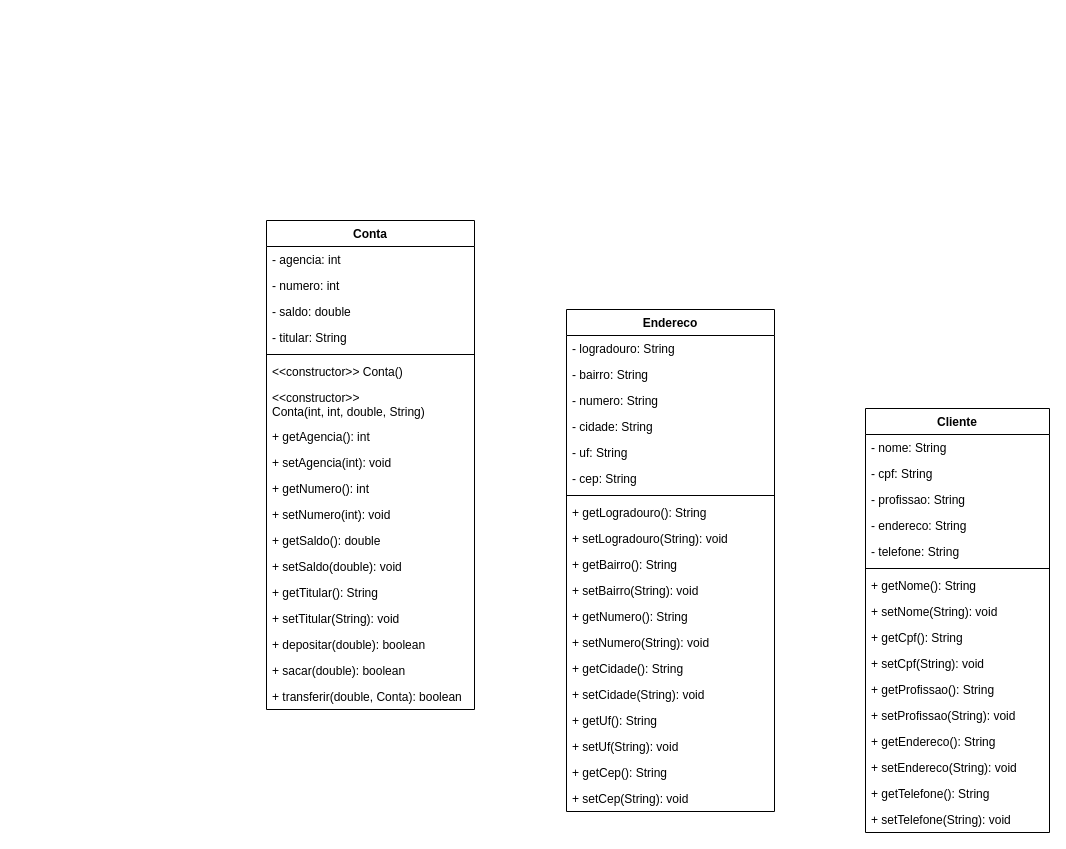
The draw.io diagram study/POO/ByteBank/Diagrama.drawio in kcoelho-dev/Java, before the edit. Source tidied: cells renumbered, new cells numbered last; positions are measured from the earlier drawing's top-left corner, leaving out a move shared by most shapes. Both pictures are drawn from the tidied source at 100%, with x=0, y=0 at pixel (266, 220).
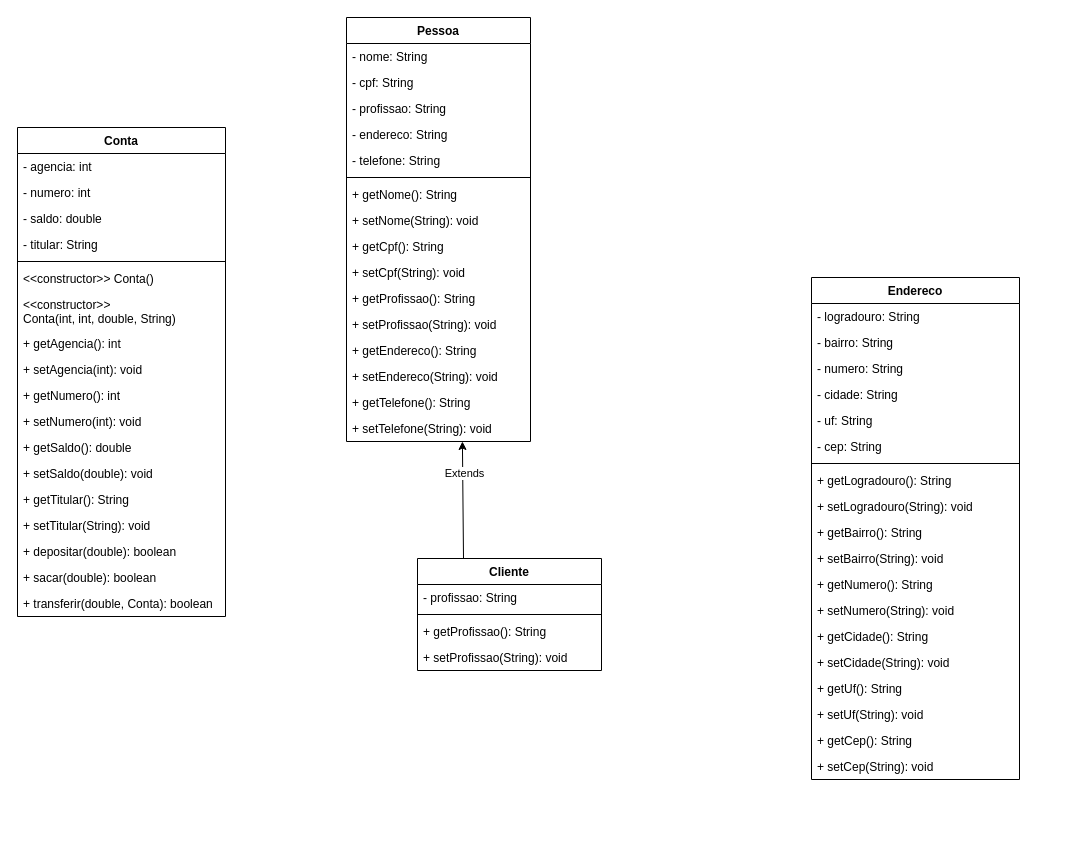
After the change.

Unchanged cells that the change refers to:
```xml
<mxCell id="37" value="+ setTelefone(String): void" style="text;strokeColor=none;fillColor=none;align=left;verticalAlign=top;spacingLeft=4;spacingRight=4;overflow=hidden;points=[[0,0.5],[1,0.5]];portConstraint=eastwest;" parent="21" vertex="1">
  <mxGeometry y="398" width="184" height="26" as="geometry" />
</mxCell>
```

The edit, as a diff of the source:
```diff
@@
     <mxCell id="2" value="Conta" style="swimlane;fontStyle=1;align=center;verticalAlign=top;horizontal=1;startSize=26;" parent="1" vertex="1">
-      <mxGeometry width="208" height="489" as="geometry" />
+      <mxGeometry x="-249" y="-93" width="208" height="489" as="geometry" />
     </mxCell>
@@
-    <mxCell id="21" value="Cliente" style="swimlane;fontStyle=1;align=center;verticalAlign=top;horizontal=1;startSize=26;" parent="1" vertex="1">
-      <mxGeometry x="599" y="188" width="184" height="424" as="geometry" />
+    <mxCell id="21" value="Pessoa" style="swimlane;fontStyle=1;align=center;verticalAlign=top;horizontal=1;startSize=26;" parent="1" vertex="1">
+      <mxGeometry x="80" y="-203" width="184" height="424" as="geometry" />
     </mxCell>
@@
     <mxCell id="38" value="Endereco" style="swimlane;fontStyle=1;align=center;verticalAlign=top;horizontal=1;startSize=26;" parent="1" vertex="1">
-      <mxGeometry x="300" y="89" width="208" height="502" as="geometry" />
+      <mxGeometry x="545" y="57" width="208" height="502" as="geometry" />
     </mxCell>
@@
+    <mxCell id="58" style="edgeStyle=none;html=1;exitX=0.25;exitY=0;exitDx=0;exitDy=0;entryX=0.63;entryY=1;entryDx=0;entryDy=0;entryPerimeter=0;" parent="1" edge="1" source="60" target="37">
+      <mxGeometry relative="1" as="geometry" />
+    </mxCell>
+    <mxCell id="59" value="Extends" style="edgeLabel;html=1;align=center;verticalAlign=middle;" parent="58" vertex="1">
+      <mxGeometry x="0.49" y="-3" relative="1" as="geometry">
+        <mxPoint x="-2" y="2" as="offset" />
+      </mxGeometry>
+    </mxCell>
+    <mxCell id="60" value="Cliente" style="swimlane;fontStyle=1;align=center;verticalAlign=top;horizontal=1;startSize=26;" parent="1" vertex="1">
+      <mxGeometry x="151" y="338" width="184" height="112" as="geometry" />
+    </mxCell>
+    <mxCell id="61" value="- profissao: String" style="text;strokeColor=none;fillColor=none;align=left;verticalAlign=top;spacingLeft=4;spacingRight=4;overflow=hidden;" parent="60" vertex="1">
+      <mxGeometry y="26" width="184" height="26" as="geometry" />
+    </mxCell>
+    <mxCell id="62" style="line;strokeWidth=1;fillColor=none;align=left;verticalAlign=middle;spacingTop=-1;spacingLeft=3;spacingRight=3;labelPosition=right;" parent="60" vertex="1">
+      <mxGeometry y="52" width="184" height="8" as="geometry" />
+    </mxCell>
+    <mxCell id="63" value="+ getProfissao(): String" style="text;strokeColor=none;fillColor=none;align=left;verticalAlign=top;spacingLeft=4;spacingRight=4;overflow=hidden;" parent="60" vertex="1">
+      <mxGeometry y="60" width="184" height="26" as="geometry" />
+    </mxCell>
+    <mxCell id="64" value="+ setProfissao(String): void" style="text;strokeColor=none;fillColor=none;align=left;verticalAlign=top;spacingLeft=4;spacingRight=4;overflow=hidden;" parent="60" vertex="1">
+      <mxGeometry y="86" width="184" height="26" as="geometry" />
+    </mxCell>
```
